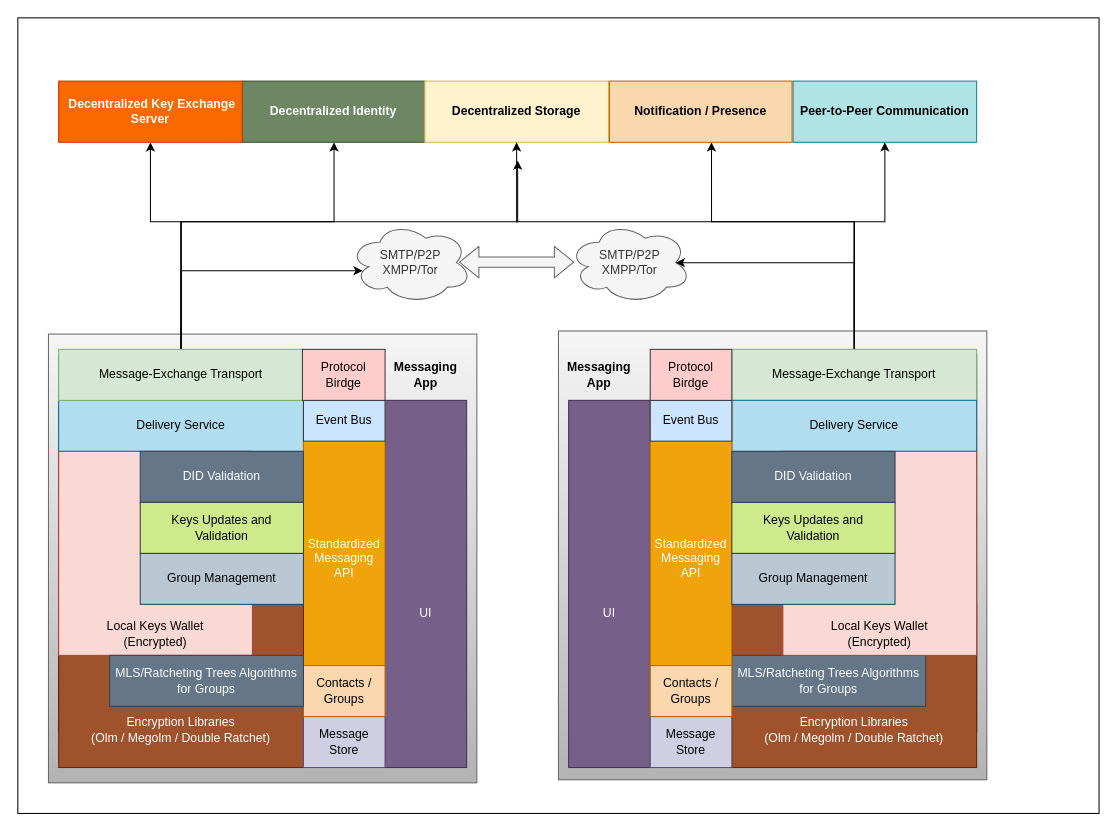
Above: page "layers" (4 of 4) of Messaging end-to-end.drawio in bhatti/Aeron (draw.io), before the change. Source tidied: cells renumbered, new cells numbered last; positions are measured from the earlier drawing's top-left corner, leaving out a move shared by most shapes. Both pictures are drawn from the tidied source at 102%, with x=0, y=0 at pixel (17, 17).
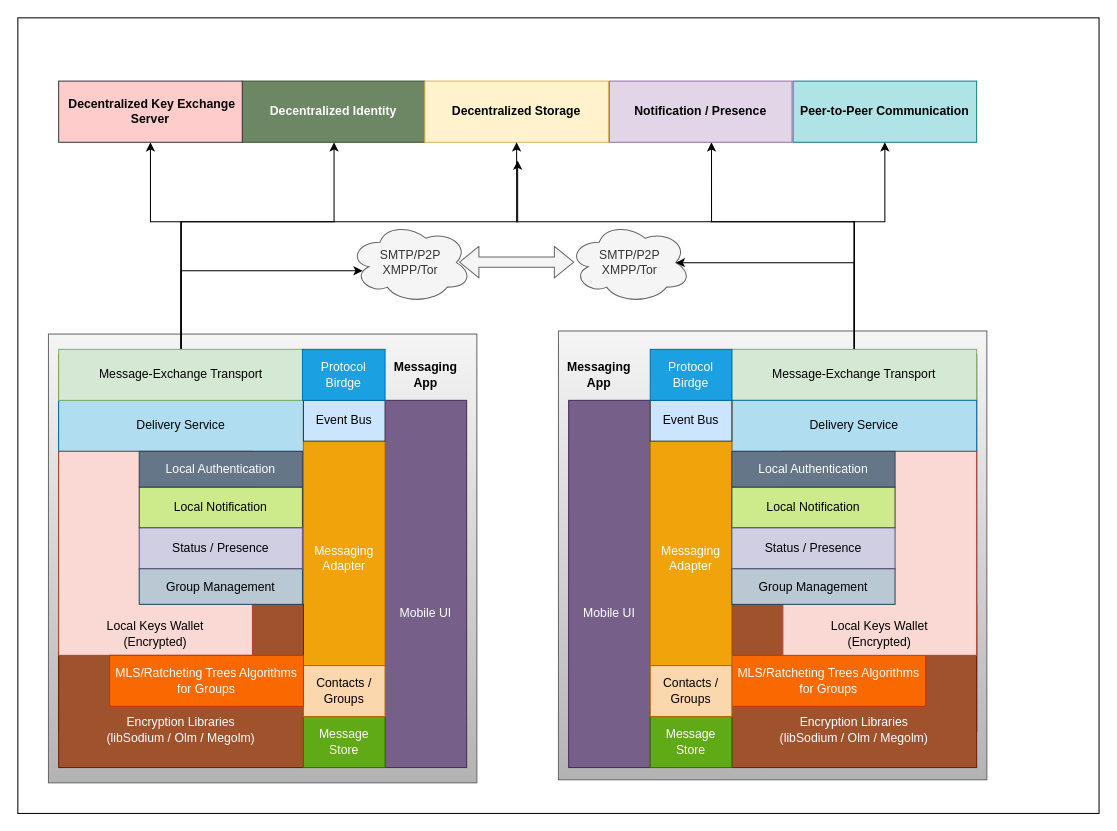
Above is the later version.

The edit, as a diff of the source:
```diff
@@
-    <mxCell id="13" value="&lt;br&gt;&lt;br&gt;&lt;br&gt;&lt;br&gt;UI" style="rounded=0;whiteSpace=wrap;html=1;fillColor=#76608a;strokeColor=#432D57;fontColor=#ffffff;" parent="1" vertex="1">
+    <mxCell id="13" value="&lt;br&gt;&lt;br&gt;&lt;br&gt;&lt;br&gt;Mobile UI" style="rounded=0;whiteSpace=wrap;html=1;fillColor=#76608a;strokeColor=#432D57;fontColor=#ffffff;" parent="1" vertex="1">
       <mxGeometry x="360" y="375" width="80" height="360" as="geometry" />
     </mxCell>
-    <mxCell id="14" value="&lt;div&gt;&lt;br&gt;&lt;/div&gt;&lt;div&gt;&lt;br&gt;&lt;/div&gt;&lt;div&gt;&lt;br&gt;&lt;/div&gt;&lt;div&gt;&lt;br&gt;&lt;/div&gt;&lt;div&gt;&lt;br&gt;&lt;/div&gt;&lt;div&gt;&lt;br&gt;&lt;/div&gt;&lt;div&gt;Encryption Libraries&lt;/div&gt;&lt;div&gt;(Olm / Megolm / Double Ratchet)&lt;/div&gt;" style="rounded=0;whiteSpace=wrap;html=1;fillColor=#a0522d;strokeColor=#6D1F00;fontColor=#ffffff;" parent="1" vertex="1">
+    <mxCell id="14" value="&lt;div&gt;&lt;br&gt;&lt;/div&gt;&lt;div&gt;&lt;br&gt;&lt;/div&gt;&lt;div&gt;&lt;br&gt;&lt;/div&gt;&lt;div&gt;&lt;br&gt;&lt;/div&gt;&lt;div&gt;&lt;br&gt;&lt;/div&gt;&lt;div&gt;&lt;br&gt;&lt;/div&gt;&lt;div&gt;Encryption Libraries&lt;/div&gt;&lt;div&gt;(libSodium / Olm / Megolm)&lt;/div&gt;" style="rounded=0;whiteSpace=wrap;html=1;fillColor=#a0522d;strokeColor=#6D1F00;fontColor=#ffffff;" parent="1" vertex="1">
       <mxGeometry x="700" y="575" width="240" height="160" as="geometry" />
     </mxCell>
@@
-    <mxCell id="20" value="Standardized Messaging&lt;br&gt; API" style="rounded=0;whiteSpace=wrap;html=1;fillColor=#f0a30a;strokeColor=#BD7000;fontColor=#ffffff;" parent="1" vertex="1">
+    <mxCell id="20" value="Messaging Adapter" style="rounded=0;whiteSpace=wrap;html=1;fillColor=#f0a30a;strokeColor=#BD7000;fontColor=#ffffff;" parent="1" vertex="1">
       <mxGeometry x="280" y="375" width="80" height="310" as="geometry" />
     </mxCell>
@@
-    <mxCell id="26" value="MLS/Ratcheting Trees Algorithms&lt;br&gt; for Groups" style="rounded=0;whiteSpace=wrap;html=1;fillColor=#647687;strokeColor=#314354;fontColor=#ffffff;" parent="1" vertex="1">
+    <mxCell id="26" value="MLS/Ratcheting Trees Algorithms&lt;br&gt; for Groups" style="rounded=0;whiteSpace=wrap;html=1;fillColor=#fa6800;strokeColor=#C73500;fontColor=#ffffff;" parent="1" vertex="1">
       <mxGeometry x="700" y="625" width="190" height="50" as="geometry" />
     </mxCell>
@@
-    <mxCell id="28" value="&lt;b&gt;&amp;nbsp;Decentralized Key Exchange&lt;br&gt;Server&lt;/b&gt;" style="rounded=0;whiteSpace=wrap;html=1;fillColor=#fa6800;strokeColor=#C73500;fontColor=#ffffff;" parent="1" vertex="1">
+    <mxCell id="28" value="&lt;b&gt;&amp;nbsp;Decentralized Key Exchange&lt;br&gt;Server&lt;/b&gt;" style="rounded=0;whiteSpace=wrap;html=1;fillColor=#ffcccc;strokeColor=#36393d;" parent="1" vertex="1">
       <mxGeometry x="40" y="62" width="180" height="60" as="geometry" />
     </mxCell>
-    <mxCell id="29" value="&lt;b&gt;Notification / Presence&lt;/b&gt;" style="rounded=0;whiteSpace=wrap;html=1;fillColor=#fad7ac;strokeColor=#b46504;" parent="1" vertex="1">
+    <mxCell id="29" value="&lt;b&gt;Notification / Presence&lt;/b&gt;" style="rounded=0;whiteSpace=wrap;html=1;fillColor=#e1d5e7;strokeColor=#9673a6;" parent="1" vertex="1">
       <mxGeometry x="580" y="62" width="179" height="60" as="geometry" />
     </mxCell>
-    <mxCell id="30" value="&lt;br&gt;&lt;br&gt;&lt;br&gt;&lt;br&gt;UI" style="rounded=0;whiteSpace=wrap;html=1;fillColor=#76608a;strokeColor=#432D57;fontColor=#ffffff;" parent="1" vertex="1">
+    <mxCell id="30" value="&lt;br&gt;&lt;br&gt;&lt;br&gt;&lt;br&gt;Mobile UI" style="rounded=0;whiteSpace=wrap;html=1;fillColor=#76608a;strokeColor=#432D57;fontColor=#ffffff;" parent="1" vertex="1">
       <mxGeometry x="540" y="375" width="80" height="360" as="geometry" />
     </mxCell>
-    <mxCell id="31" value="Standardized Messaging&lt;br&gt; API" style="rounded=0;whiteSpace=wrap;html=1;fillColor=#f0a30a;strokeColor=#BD7000;fontColor=#ffffff;" parent="1" vertex="1">
+    <mxCell id="31" value="Messaging Adapter" style="rounded=0;whiteSpace=wrap;html=1;fillColor=#f0a30a;strokeColor=#BD7000;fontColor=#ffffff;" parent="1" vertex="1">
       <mxGeometry x="620" y="375" width="80" height="310" as="geometry" />
     </mxCell>
@@
     <mxCell id="33" value="Group Management" style="rounded=0;whiteSpace=wrap;html=1;fillColor=#bac8d3;strokeColor=#23445d;" parent="1" vertex="1">
-      <mxGeometry x="700" y="525" width="160" height="50" as="geometry" />
+      <mxGeometry x="700" y="540" width="160" height="35" as="geometry" />
     </mxCell>
-    <mxCell id="34" value="Keys Updates and&lt;br&gt;Validation" style="rounded=0;whiteSpace=wrap;html=1;fillColor=#cdeb8b;strokeColor=#36393d;" parent="1" vertex="1">
-      <mxGeometry x="700" y="475" width="160" height="50" as="geometry" />
+    <mxCell id="34" value="Local Notification" style="rounded=0;whiteSpace=wrap;html=1;fillColor=#cdeb8b;strokeColor=#36393d;" parent="1" vertex="1">
+      <mxGeometry x="700" y="460" width="160" height="40" as="geometry" />
     </mxCell>
-    <mxCell id="35" value="&lt;div&gt;&lt;br&gt;&lt;/div&gt;&lt;div&gt;&lt;br&gt;&lt;/div&gt;&lt;div&gt;&lt;br&gt;&lt;/div&gt;&lt;div&gt;&lt;br&gt;&lt;/div&gt;&lt;div&gt;&lt;br&gt;&lt;/div&gt;&lt;div&gt;&lt;br&gt;&lt;/div&gt;&lt;div&gt;Encryption Libraries&lt;/div&gt;&lt;div&gt;(Olm / Megolm / Double Ratchet)&lt;br&gt;&lt;/div&gt;" style="rounded=0;whiteSpace=wrap;html=1;fillColor=#a0522d;strokeColor=#6D1F00;fontColor=#ffffff;" parent="1" vertex="1">
+    <mxCell id="35" value="&lt;div&gt;&lt;br&gt;&lt;/div&gt;&lt;div&gt;&lt;br&gt;&lt;/div&gt;&lt;div&gt;&lt;br&gt;&lt;/div&gt;&lt;div&gt;&lt;br&gt;&lt;/div&gt;&lt;div&gt;&lt;br&gt;&lt;/div&gt;&lt;div&gt;&lt;br&gt;&lt;/div&gt;&lt;div&gt;Encryption Libraries&lt;/div&gt;&lt;div&gt;(libSodium / Olm / Megolm)&lt;/div&gt;" style="rounded=0;whiteSpace=wrap;html=1;fillColor=#a0522d;strokeColor=#6D1F00;fontColor=#ffffff;" parent="1" vertex="1">
       <mxGeometry x="40" y="575" width="240" height="160" as="geometry" />
     </mxCell>
@@
-    <mxCell id="37" value="Message&lt;br&gt;Store" style="rounded=0;whiteSpace=wrap;html=1;fillColor=#d0cee2;strokeColor=#56517e;" parent="1" vertex="1">
+    <mxCell id="37" value="Message&lt;br&gt;Store" style="rounded=0;whiteSpace=wrap;html=1;fillColor=#60a917;strokeColor=#2D7600;fontColor=#ffffff;" parent="1" vertex="1">
       <mxGeometry x="280" y="685" width="80" height="50" as="geometry" />
     </mxCell>
@@
-    <mxCell id="39" value="Group Management" style="rounded=0;whiteSpace=wrap;html=1;fillColor=#bac8d3;strokeColor=#23445d;" parent="1" vertex="1">
-      <mxGeometry x="120" y="525" width="160" height="50" as="geometry" />
-    </mxCell>
-    <mxCell id="40" value="MLS/Ratcheting Trees Algorithms&lt;br&gt; for Groups" style="rounded=0;whiteSpace=wrap;html=1;fillColor=#647687;strokeColor=#314354;fontColor=#ffffff;" parent="1" vertex="1">
+    <mxCell id="40" value="MLS/Ratcheting Trees Algorithms&lt;br&gt; for Groups" style="rounded=0;whiteSpace=wrap;html=1;strokeColor=#C73500;fontColor=#ffffff;fillColor=#fa6800;" parent="1" vertex="1">
       <mxGeometry x="90" y="625" width="190" height="50" as="geometry" />
     </mxCell>
-    <mxCell id="41" value="Message&lt;br&gt;Store" style="rounded=0;whiteSpace=wrap;html=1;fillColor=#d0cee2;strokeColor=#56517e;" parent="1" vertex="1">
+    <mxCell id="41" value="Message&lt;br&gt;Store" style="rounded=0;whiteSpace=wrap;html=1;fillColor=#60a917;strokeColor=#2D7600;fontColor=#ffffff;" parent="1" vertex="1">
       <mxGeometry x="620" y="685" width="80" height="50" as="geometry" />
     </mxCell>
@@
-    <mxCell id="44" value="DID Validation" style="rounded=0;whiteSpace=wrap;html=1;fillColor=#647687;strokeColor=#314354;fontColor=#ffffff;" parent="1" vertex="1">
-      <mxGeometry x="120" y="425" width="160" height="50" as="geometry" />
-    </mxCell>
-    <mxCell id="45" value="DID Validation" style="rounded=0;whiteSpace=wrap;html=1;fillColor=#647687;strokeColor=#314354;fontColor=#ffffff;" parent="1" vertex="1">
-      <mxGeometry x="700" y="425" width="160" height="50" as="geometry" />
+    <mxCell id="45" value="Local Authentication" style="rounded=0;whiteSpace=wrap;html=1;fillColor=#647687;strokeColor=#314354;fontColor=#ffffff;" parent="1" vertex="1">
+      <mxGeometry x="700" y="425" width="160" height="35" as="geometry" />
     </mxCell>
@@
-    <mxCell id="47" value="Keys Updates and&lt;br&gt;Validation" style="rounded=0;whiteSpace=wrap;html=1;fillColor=#cdeb8b;strokeColor=#36393d;" parent="1" vertex="1">
-      <mxGeometry x="120" y="475" width="160" height="50" as="geometry" />
-    </mxCell>
@@
-    <mxCell id="49" value="Protocol Birdge" style="rounded=0;whiteSpace=wrap;html=1;fillColor=#ffcccc;strokeColor=#36393d;" parent="1" vertex="1">
+    <mxCell id="49" value="Protocol Birdge" style="rounded=0;whiteSpace=wrap;html=1;fillColor=#1ba1e2;strokeColor=#006EAF;fontColor=#ffffff;" parent="1" vertex="1">
       <mxGeometry x="279" y="325" width="81" height="50" as="geometry" />
     </mxCell>
-    <mxCell id="50" value="Protocol Birdge" style="rounded=0;whiteSpace=wrap;html=1;fillColor=#ffcccc;strokeColor=#36393d;" parent="1" vertex="1">
+    <mxCell id="50" value="Protocol Birdge" style="rounded=0;whiteSpace=wrap;html=1;fillColor=#1ba1e2;strokeColor=#006EAF;fontColor=#ffffff;" parent="1" vertex="1">
       <mxGeometry x="620" y="325" width="80" height="50" as="geometry" />
     </mxCell>
@@
+    <mxCell id="53" value="Status / Presence" style="rounded=0;whiteSpace=wrap;html=1;fillColor=#d0cee2;strokeColor=#56517e;" parent="1" vertex="1">
+      <mxGeometry x="700" y="500" width="160" height="40" as="geometry" />
+    </mxCell>
+    <mxCell id="39" value="Group Management" style="rounded=0;whiteSpace=wrap;html=1;fillColor=#bac8d3;strokeColor=#23445d;" parent="1" vertex="1">
+      <mxGeometry x="119" y="540" width="160" height="35" as="geometry" />
+    </mxCell>
+    <mxCell id="54" value="Local Notification" style="rounded=0;whiteSpace=wrap;html=1;fillColor=#cdeb8b;strokeColor=#36393d;" parent="1" vertex="1">
+      <mxGeometry x="119" y="460" width="160" height="40" as="geometry" />
+    </mxCell>
+    <mxCell id="55" value="Local Authentication" style="rounded=0;whiteSpace=wrap;html=1;fillColor=#647687;strokeColor=#314354;fontColor=#ffffff;" parent="1" vertex="1">
+      <mxGeometry x="119" y="425" width="160" height="35" as="geometry" />
+    </mxCell>
+    <mxCell id="56" value="Status / Presence" style="rounded=0;whiteSpace=wrap;html=1;fillColor=#d0cee2;strokeColor=#56517e;" parent="1" vertex="1">
+      <mxGeometry x="119" y="500" width="160" height="40" as="geometry" />
+    </mxCell>
```
